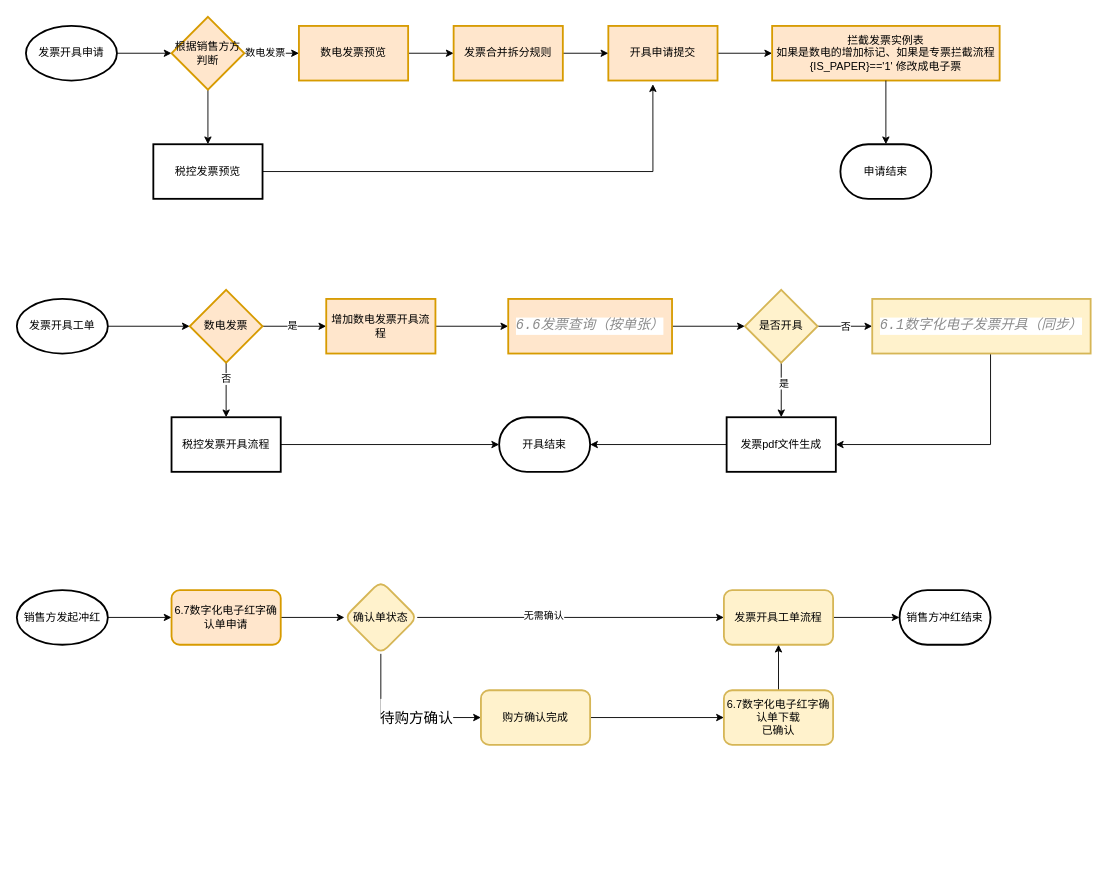
This is 数电发票改造方案.drawio from 315944211/doc, a draw.io file, before an edit. Source tidied: cells renumbered, new cells numbered last; positions are measured from the earlier drawing's top-left corner, leaving out a move shared by most shapes. Both pictures are drawn from the tidied source at 91%, with x=0, y=0 at pixel (16, 16).
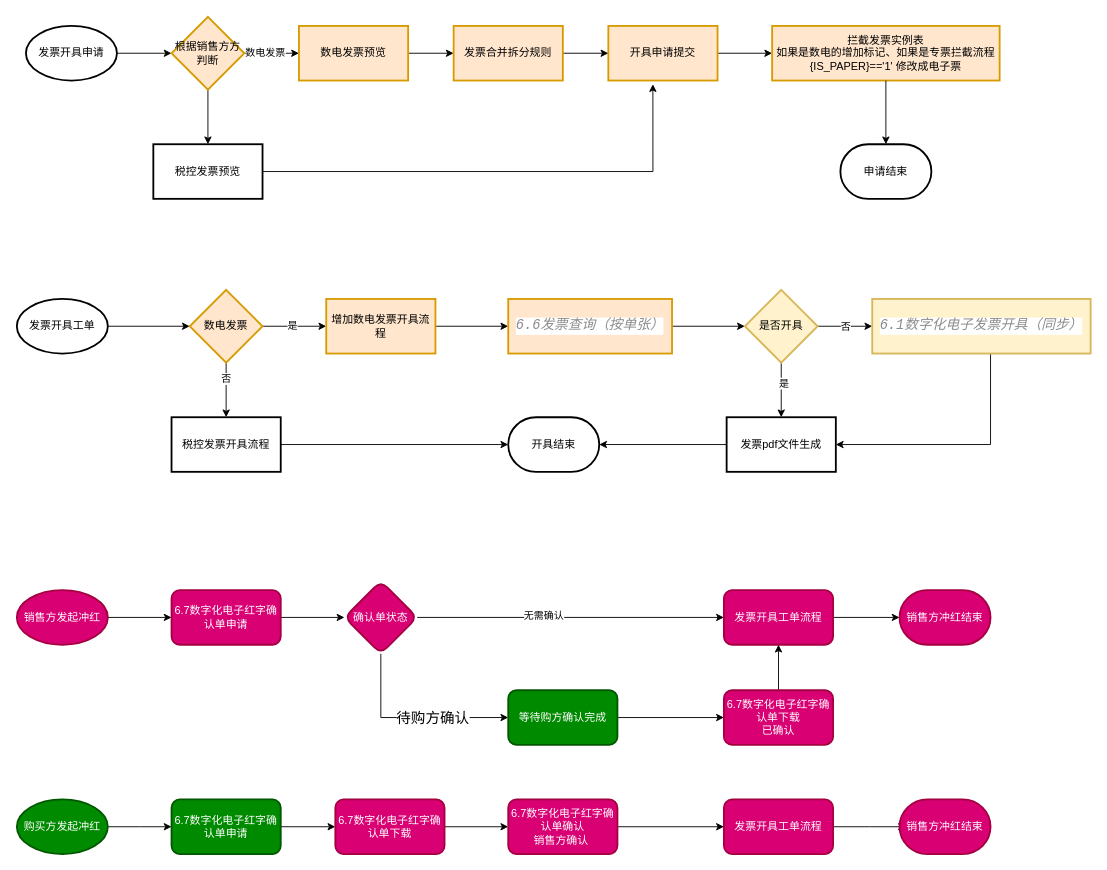
The same diagram, later.

Commit message:
更新数电发票改造方案.drawio

The edit, as a diff of the source:
```diff
@@
     <mxCell id="38" value="开具结束" style="strokeWidth=2;html=1;shape=mxgraph.flowchart.terminator;whiteSpace=wrap;" parent="1" vertex="1">
-      <mxGeometry x="530" y="440" width="100" height="60" as="geometry" />
+      <mxGeometry x="540" y="440" width="100" height="60" as="geometry" />
     </mxCell>
@@
-    <mxCell id="43" value="销售方发起冲红" style="strokeWidth=2;html=1;shape=mxgraph.flowchart.start_1;whiteSpace=wrap;" parent="1" vertex="1">
+    <mxCell id="43" value="销售方发起冲红" style="strokeWidth=2;html=1;shape=mxgraph.flowchart.start_1;whiteSpace=wrap;fillColor=#d80073;fontColor=#ffffff;strokeColor=#A50040;" parent="1" vertex="1">
       <mxGeometry y="630" width="100" height="60" as="geometry" />
     </mxCell>
@@
-    <mxCell id="45" value="6.7数字化电子红字确认单申请" style="rounded=1;whiteSpace=wrap;html=1;strokeWidth=2;fillColor=#ffe6cc;strokeColor=#d79b00;" parent="1" vertex="1">
+    <mxCell id="45" value="6.7数字化电子红字确认单申请" style="rounded=1;whiteSpace=wrap;html=1;strokeWidth=2;fillColor=#d80073;strokeColor=#A50040;fontColor=#ffffff;" parent="1" vertex="1">
       <mxGeometry x="170" y="630" width="120" height="60" as="geometry" />
     </mxCell>
@@
-    <mxCell id="51" value="确认单状态" style="rhombus;whiteSpace=wrap;html=1;rounded=1;strokeWidth=2;fillColor=#fff2cc;strokeColor=#d6b656;" parent="1" vertex="1">
+    <mxCell id="51" value="确认单状态" style="rhombus;whiteSpace=wrap;html=1;rounded=1;strokeWidth=2;fillColor=#d80073;strokeColor=#A50040;fontColor=#ffffff;" parent="1" vertex="1">
       <mxGeometry x="360" y="620" width="80" height="80" as="geometry" />
     </mxCell>
@@
-    <mxCell id="53" value="发票开具工单流程" style="whiteSpace=wrap;html=1;rounded=1;strokeWidth=2;fillColor=#fff2cc;strokeColor=#d6b656;" parent="1" vertex="1">
+    <mxCell id="53" value="发票开具工单流程" style="whiteSpace=wrap;html=1;rounded=1;strokeWidth=2;fillColor=#d80073;strokeColor=#A50040;fontColor=#ffffff;" parent="1" vertex="1">
       <mxGeometry x="777" y="630" width="120" height="60" as="geometry" />
     </mxCell>
@@
-    <mxCell id="55" value="购方确认完成" style="whiteSpace=wrap;html=1;rounded=1;strokeWidth=2;fillColor=#fff2cc;strokeColor=#d6b656;" parent="1" vertex="1">
-      <mxGeometry x="510" y="740" width="120" height="60" as="geometry" />
+    <mxCell id="55" value="等待购方确认完成" style="whiteSpace=wrap;html=1;rounded=1;strokeWidth=2;fillColor=#008a00;strokeColor=#005700;fontColor=#ffffff;" parent="1" vertex="1">
+      <mxGeometry x="540" y="740" width="120" height="60" as="geometry" />
     </mxCell>
@@
-    <mxCell id="57" value="6.7数字化电子红字确认单下载&lt;br&gt;已确认" style="whiteSpace=wrap;html=1;rounded=1;strokeWidth=2;fillColor=#fff2cc;strokeColor=#d6b656;" parent="1" vertex="1">
+    <mxCell id="57" value="6.7数字化电子红字确认单下载&lt;br&gt;已确认" style="whiteSpace=wrap;html=1;rounded=1;strokeWidth=2;fillColor=#d80073;strokeColor=#A50040;fontColor=#ffffff;" parent="1" vertex="1">
       <mxGeometry x="777" y="740" width="120" height="60" as="geometry" />
     </mxCell>
-    <mxCell id="58" value="销售方冲红结束" style="strokeWidth=2;html=1;shape=mxgraph.flowchart.terminator;whiteSpace=wrap;" parent="1" vertex="1">
+    <mxCell id="58" value="销售方冲红结束" style="strokeWidth=2;html=1;shape=mxgraph.flowchart.terminator;whiteSpace=wrap;fillColor=#d80073;fontColor=#ffffff;strokeColor=#A50040;" parent="1" vertex="1">
       <mxGeometry x="970" y="630" width="100" height="60" as="geometry" />
     </mxCell>
+    <mxCell id="59" style="edgeStyle=orthogonalEdgeStyle;rounded=0;jettySize=auto;html=1;" parent="1" edge="1" source="60">
+      <mxGeometry relative="1" as="geometry">
+        <mxPoint x="170" y="890" as="targetPoint" />
+      </mxGeometry>
+    </mxCell>
+    <mxCell id="60" value="购买方发起冲红" style="strokeWidth=2;html=1;shape=mxgraph.flowchart.start_1;whiteSpace=wrap;fillColor=#008a00;strokeColor=#005700;fontColor=#ffffff;" parent="1" vertex="1">
+      <mxGeometry y="860" width="100" height="60" as="geometry" />
+    </mxCell>
+    <mxCell id="61" style="edgeStyle=orthogonalEdgeStyle;rounded=0;jettySize=auto;html=1;" parent="1" edge="1" source="62" target="64">
+      <mxGeometry relative="1" as="geometry" />
+    </mxCell>
+    <mxCell id="62" value="6.7数字化电子红字确认单申请" style="rounded=1;whiteSpace=wrap;html=1;strokeWidth=2;fillColor=#008a00;strokeColor=#005700;fontColor=#ffffff;" parent="1" vertex="1">
+      <mxGeometry x="170" y="860" width="120" height="60" as="geometry" />
+    </mxCell>
+    <mxCell id="63" style="edgeStyle=orthogonalEdgeStyle;rounded=0;jettySize=auto;html=1;" parent="1" edge="1" source="64" target="66">
+      <mxGeometry relative="1" as="geometry" />
+    </mxCell>
+    <mxCell id="64" value="6.7数字化电子红字确认单下载" style="whiteSpace=wrap;html=1;fillColor=#d80073;strokeColor=#A50040;rounded=1;strokeWidth=2;fontColor=#ffffff;" parent="1" vertex="1">
+      <mxGeometry x="350" y="860" width="120" height="60" as="geometry" />
+    </mxCell>
+    <mxCell id="65" style="edgeStyle=orthogonalEdgeStyle;rounded=0;jettySize=auto;html=1;" parent="1" edge="1" source="66" target="68">
+      <mxGeometry relative="1" as="geometry" />
+    </mxCell>
+    <mxCell id="66" value="6.7数字化电子红字确认单确认&lt;br&gt;销售方确认&amp;nbsp;" style="whiteSpace=wrap;html=1;fillColor=#d80073;strokeColor=#A50040;fontColor=#ffffff;rounded=1;strokeWidth=2;" parent="1" vertex="1">
+      <mxGeometry x="540" y="860" width="120" height="60" as="geometry" />
+    </mxCell>
+    <mxCell id="67" style="edgeStyle=orthogonalEdgeStyle;rounded=0;jettySize=auto;html=1;" parent="1" edge="1" source="68">
+      <mxGeometry relative="1" as="geometry">
+        <mxPoint x="977" y="890" as="targetPoint" />
+      </mxGeometry>
+    </mxCell>
+    <mxCell id="68" value="发票开具工单流程" style="whiteSpace=wrap;html=1;fillColor=#d80073;strokeColor=#A50040;fontColor=#ffffff;rounded=1;strokeWidth=2;" parent="1" vertex="1">
+      <mxGeometry x="777" y="860" width="120" height="60" as="geometry" />
+    </mxCell>
+    <mxCell id="69" value="销售方冲红结束" style="strokeWidth=2;html=1;shape=mxgraph.flowchart.terminator;whiteSpace=wrap;fillColor=#d80073;fontColor=#ffffff;strokeColor=#A50040;" parent="1" vertex="1">
+      <mxGeometry x="970" y="860" width="100" height="60" as="geometry" />
+    </mxCell>
```
